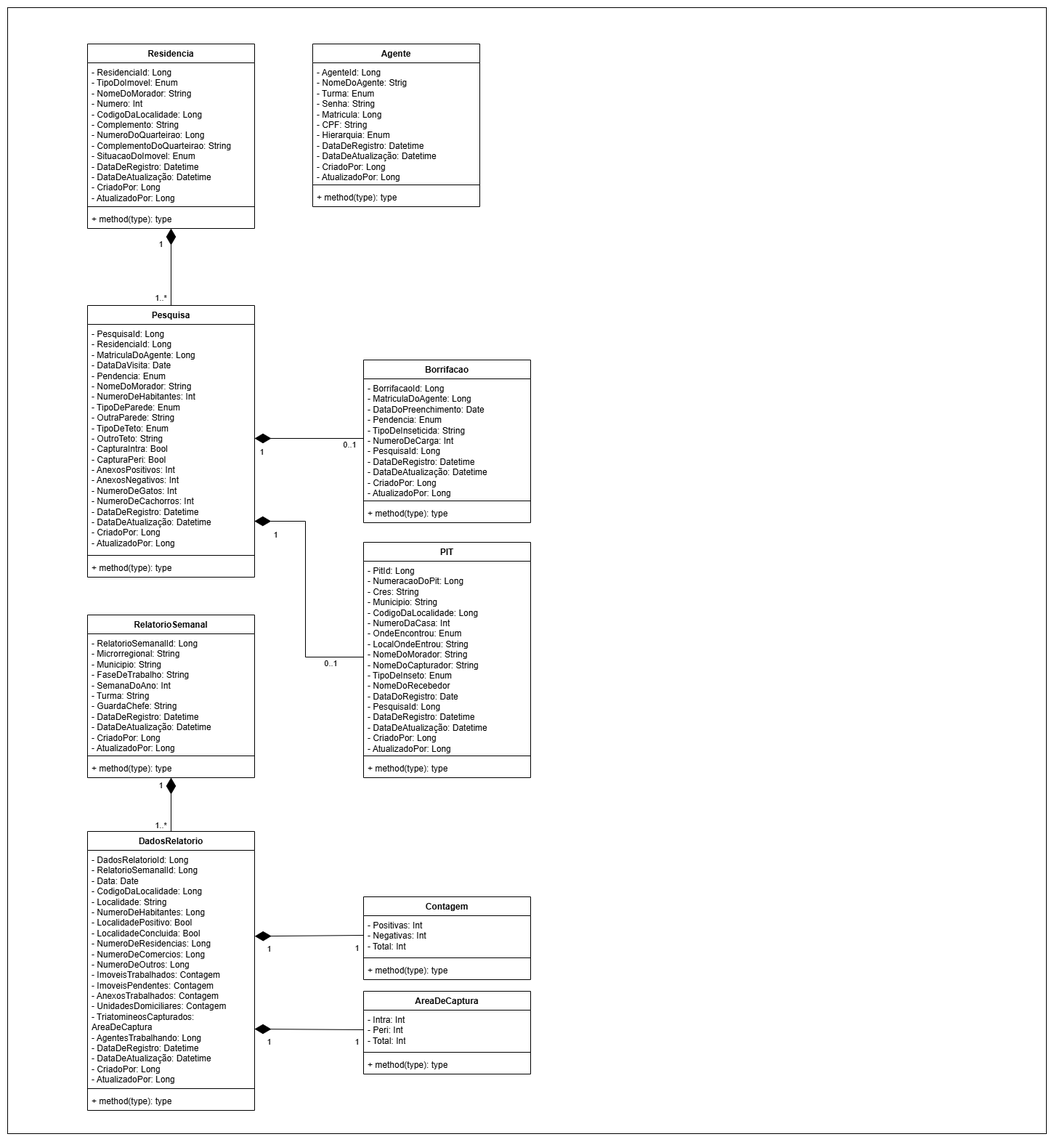
Earlier version of the draw.io export Diagrama de classes.png (Fconeto/P.I-3). Source tidied: cells renumbered, new cells last; positions are measured from the earlier drawing's top-left corner, leaving out a move shared by most shapes.
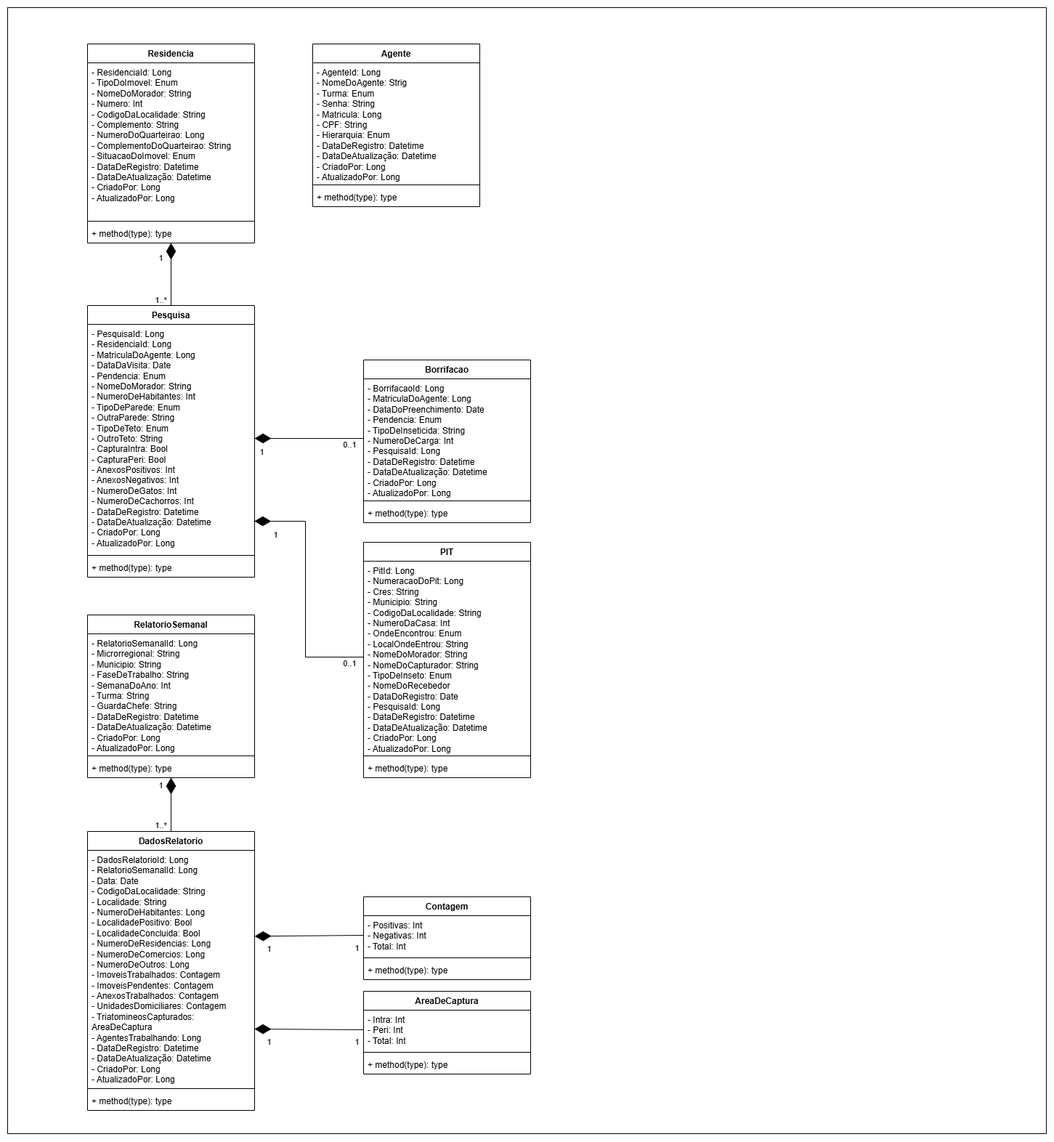
The same diagram one commit later.

What changed in the source:
```diff
@@ -6,16 +6,16 @@
       <mxGeometry width="1430" height="1550" as="geometry" />
     </mxCell>
     <mxCell id="3" value="Residencia" style="swimlane;fontStyle=1;align=center;verticalAlign=top;horizontal=1;startSize=26;whiteSpace=wrap;html=1;" parent="1" vertex="1">
-      <mxGeometry x="110" y="50" width="230" height="254" as="geometry" />
+      <mxGeometry x="110" y="50" width="230" height="274" as="geometry" />
     </mxCell>
-    <mxCell id="4" value="&lt;div&gt;- ResidenciaId: Long&lt;/div&gt;- TipoDoImovel: Enum&lt;div&gt;- NomeDoMorador: String&lt;/div&gt;&lt;div&gt;- Numero: Int&lt;/div&gt;&lt;div&gt;- CodigoDaLocalidade: Long&lt;/div&gt;&lt;div&gt;- Complemento: String&lt;/div&gt;&lt;div&gt;- NumeroDoQuarteirao: Long&lt;/div&gt;&lt;div&gt;- ComplementoDoQuarteirao: String&lt;/div&gt;&lt;div&gt;- SituacaoDoImovel: Enum&lt;/div&gt;&lt;div&gt;- DataDeRegistro: Datetime&lt;/div&gt;&lt;div&gt;- DataDeAtualização: Datetime&lt;/div&gt;&lt;div&gt;- CriadoPor: Long&lt;/div&gt;&lt;div&gt;- AtualizadoPor: Long&lt;/div&gt;&lt;div&gt;&lt;br&gt;&lt;/div&gt;" style="text;strokeColor=none;fillColor=none;align=left;verticalAlign=top;spacingLeft=4;spacingRight=4;overflow=hidden;whiteSpace=wrap;html=1;" parent="3" vertex="1">
-      <mxGeometry y="26" width="230" height="194" as="geometry" />
+    <mxCell id="4" value="&lt;div&gt;- ResidenciaId: Long&lt;/div&gt;- TipoDoImovel: Enum&lt;div&gt;- NomeDoMorador: String&lt;/div&gt;&lt;div&gt;- Numero: Int&lt;/div&gt;&lt;div&gt;- CodigoDaLocalidade: String&lt;/div&gt;&lt;div&gt;- Complemento: String&lt;/div&gt;&lt;div&gt;- NumeroDoQuarteirao: Long&lt;/div&gt;&lt;div&gt;- ComplementoDoQuarteirao: String&lt;/div&gt;&lt;div&gt;- SituacaoDoImovel: Enum&lt;/div&gt;&lt;div&gt;- DataDeRegistro: Datetime&lt;/div&gt;&lt;div&gt;- DataDeAtualização: Datetime&lt;/div&gt;&lt;div&gt;- CriadoPor: Long&lt;/div&gt;&lt;div&gt;- AtualizadoPor: Long&lt;/div&gt;&lt;div&gt;&lt;br&gt;&lt;/div&gt;" style="text;strokeColor=none;fillColor=none;align=left;verticalAlign=top;spacingLeft=4;spacingRight=4;overflow=hidden;whiteSpace=wrap;html=1;" parent="3" vertex="1">
+      <mxGeometry y="26" width="230" height="214" as="geometry" />
     </mxCell>
     <mxCell id="5" style="line;strokeWidth=1;fillColor=none;align=left;verticalAlign=middle;spacingTop=-1;spacingLeft=3;spacingRight=3;labelPosition=right;strokeColor=inherit;" parent="3" vertex="1">
-      <mxGeometry y="220" width="230" height="8" as="geometry" />
+      <mxGeometry y="240" width="230" height="8" as="geometry" />
     </mxCell>
     <mxCell id="6" value="+ method(type): type" style="text;strokeColor=none;fillColor=none;align=left;verticalAlign=top;spacingLeft=4;spacingRight=4;overflow=hidden;whiteSpace=wrap;html=1;" parent="3" vertex="1">
-      <mxGeometry y="228" width="230" height="26" as="geometry" />
+      <mxGeometry y="248" width="230" height="26" as="geometry" />
     </mxCell>
     <mxCell id="7" value="Agente" style="swimlane;fontStyle=1;align=center;verticalAlign=top;horizontal=1;startSize=26;whiteSpace=wrap;html=1;" parent="1" vertex="1">
       <mxGeometry x="420" y="50" width="230" height="224" as="geometry" />
@@ -68,7 +68,7 @@
     <mxCell id="23" value="DadosRelatorio" style="swimlane;fontStyle=1;align=center;verticalAlign=top;horizontal=1;startSize=26;whiteSpace=wrap;html=1;" parent="1" vertex="1">
       <mxGeometry x="110" y="1134" width="230" height="384" as="geometry" />
     </mxCell>
-    <mxCell id="24" value="&lt;div&gt;- DadosRelatorioId: Long&lt;/div&gt;&lt;div&gt;- RelatorioSemanalId: Long&lt;/div&gt;&lt;div&gt;- Data: Date&lt;/div&gt;&lt;div&gt;- CodigoDaLocalidade: Long&lt;/div&gt;&lt;div&gt;- Localidade: String&lt;/div&gt;&lt;div&gt;- NumeroDeHabitantes: Long&lt;/div&gt;&lt;div&gt;- LocalidadePositivo: Bool&lt;/div&gt;&lt;div&gt;- LocalidadeConcluida: Bool&lt;/div&gt;&lt;div&gt;- NumeroDeResidencias: Long&lt;/div&gt;&lt;div&gt;- NumeroDeComercios: Long&lt;/div&gt;&lt;div&gt;- NumeroDeOutros: Long&lt;/div&gt;&lt;div&gt;- ImoveisTrabalhados: Contagem&lt;/div&gt;&lt;div&gt;- ImoveisPendentes: Contagem&lt;/div&gt;&lt;div&gt;- AnexosTrabalhados: Contagem&lt;/div&gt;&lt;div&gt;- UnidadesDomiciliares: Contagem&lt;/div&gt;&lt;div&gt;- TriatomineosCapturados: AreaDeCaptura&lt;/div&gt;&lt;div&gt;- AgentesTrabalhando: Long&lt;/div&gt;&lt;div&gt;&lt;div&gt;- DataDeRegistro: Datetime&lt;/div&gt;&lt;div&gt;- DataDeAtualização: Datetime&lt;/div&gt;&lt;div&gt;- CriadoPor: Long&lt;/div&gt;&lt;div&gt;- AtualizadoPor: Long&lt;/div&gt;&lt;/div&gt;" style="text;strokeColor=none;fillColor=none;align=left;verticalAlign=top;spacingLeft=4;spacingRight=4;overflow=hidden;points=[[0,0.5],[1,0.5]];portConstraint=eastwest;whiteSpace=wrap;html=1;" parent="23" vertex="1">
+    <mxCell id="24" value="&lt;div&gt;- DadosRelatorioId: Long&lt;/div&gt;&lt;div&gt;- RelatorioSemanalId: Long&lt;/div&gt;&lt;div&gt;- Data: Date&lt;/div&gt;&lt;div&gt;- CodigoDaLocalidade: String&lt;/div&gt;&lt;div&gt;- Localidade: String&lt;/div&gt;&lt;div&gt;- NumeroDeHabitantes: Long&lt;/div&gt;&lt;div&gt;- LocalidadePositivo: Bool&lt;/div&gt;&lt;div&gt;- LocalidadeConcluida: Bool&lt;/div&gt;&lt;div&gt;- NumeroDeResidencias: Long&lt;/div&gt;&lt;div&gt;- NumeroDeComercios: Long&lt;/div&gt;&lt;div&gt;- NumeroDeOutros: Long&lt;/div&gt;&lt;div&gt;- ImoveisTrabalhados: Contagem&lt;/div&gt;&lt;div&gt;- ImoveisPendentes: Contagem&lt;/div&gt;&lt;div&gt;- AnexosTrabalhados: Contagem&lt;/div&gt;&lt;div&gt;- UnidadesDomiciliares: Contagem&lt;/div&gt;&lt;div&gt;- TriatomineosCapturados: AreaDeCaptura&lt;/div&gt;&lt;div&gt;- AgentesTrabalhando: Long&lt;/div&gt;&lt;div&gt;&lt;div&gt;- DataDeRegistro: Datetime&lt;/div&gt;&lt;div&gt;- DataDeAtualização: Datetime&lt;/div&gt;&lt;div&gt;- CriadoPor: Long&lt;/div&gt;&lt;div&gt;- AtualizadoPor: Long&lt;/div&gt;&lt;/div&gt;" style="text;strokeColor=none;fillColor=none;align=left;verticalAlign=top;spacingLeft=4;spacingRight=4;overflow=hidden;points=[[0,0.5],[1,0.5]];portConstraint=eastwest;whiteSpace=wrap;html=1;" parent="23" vertex="1">
       <mxGeometry y="26" width="230" height="324" as="geometry" />
     </mxCell>
     <mxCell id="25" style="line;strokeWidth=1;fillColor=none;align=left;verticalAlign=middle;spacingTop=-1;spacingLeft=3;spacingRight=3;labelPosition=right;strokeColor=inherit;" parent="23" vertex="1">
@@ -80,7 +80,7 @@
     <mxCell id="27" value="PIT" style="swimlane;fontStyle=1;align=center;verticalAlign=top;horizontal=1;startSize=26;whiteSpace=wrap;html=1;" parent="1" vertex="1">
       <mxGeometry x="490" y="736" width="230" height="324" as="geometry" />
     </mxCell>
-    <mxCell id="28" value="&lt;div&gt;- PitId: Long&lt;/div&gt;&lt;div&gt;- NumeracaoDoPit: Long&lt;/div&gt;&lt;div&gt;- Cres: String&lt;/div&gt;&lt;div&gt;- Municipio: String&lt;/div&gt;&lt;div&gt;-&amp;nbsp;&lt;span style=&quot;background-color: transparent; color: light-dark(rgb(0, 0, 0), rgb(255, 255, 255));&quot;&gt;CodigoDaLocalidade: Long&lt;/span&gt;&lt;/div&gt;&lt;div&gt;- NumeroDaCasa: Int&lt;/div&gt;&lt;div&gt;- OndeEncontrou: Enum&lt;/div&gt;&lt;div&gt;- LocalOndeEntrou: String&lt;/div&gt;&lt;div&gt;- NomeDoMorador: String&lt;/div&gt;&lt;div&gt;- NomeDoCapturador: String&lt;/div&gt;&lt;div&gt;- TipoDeInseto: Enum&lt;/div&gt;&lt;div&gt;- NomeDoRecebedor&lt;/div&gt;&lt;div&gt;- DataDoRegistro: Date&lt;/div&gt;&lt;div&gt;- PesquisaId: Long&lt;/div&gt;&lt;div&gt;&lt;div&gt;- DataDeRegistro: Datetime&lt;/div&gt;&lt;div&gt;- DataDeAtualização: Datetime&lt;/div&gt;&lt;div&gt;- CriadoPor: Long&lt;/div&gt;&lt;div&gt;- AtualizadoPor: Long&lt;/div&gt;&lt;/div&gt;" style="text;strokeColor=none;fillColor=none;align=left;verticalAlign=top;spacingLeft=4;spacingRight=4;overflow=hidden;points=[[0,0.5],[1,0.5]];portConstraint=eastwest;whiteSpace=wrap;html=1;" parent="27" vertex="1">
+    <mxCell id="28" value="&lt;div&gt;- PitId: Long&lt;/div&gt;&lt;div&gt;- NumeracaoDoPit: Long&lt;/div&gt;&lt;div&gt;- Cres: String&lt;/div&gt;&lt;div&gt;- Municipio: String&lt;/div&gt;&lt;div&gt;-&amp;nbsp;&lt;span style=&quot;background-color: transparent; color: light-dark(rgb(0, 0, 0), rgb(255, 255, 255));&quot;&gt;CodigoDaLocalidade: String&lt;/span&gt;&lt;/div&gt;&lt;div&gt;- NumeroDaCasa: Int&lt;/div&gt;&lt;div&gt;- OndeEncontrou: Enum&lt;/div&gt;&lt;div&gt;- LocalOndeEntrou: String&lt;/div&gt;&lt;div&gt;- NomeDoMorador: String&lt;/div&gt;&lt;div&gt;- NomeDoCapturador: String&lt;/div&gt;&lt;div&gt;- TipoDeInseto: Enum&lt;/div&gt;&lt;div&gt;- NomeDoRecebedor&lt;/div&gt;&lt;div&gt;- DataDoRegistro: Date&lt;/div&gt;&lt;div&gt;- PesquisaId: Long&lt;/div&gt;&lt;div&gt;&lt;div&gt;- DataDeRegistro: Datetime&lt;/div&gt;&lt;div&gt;- DataDeAtualização: Datetime&lt;/div&gt;&lt;div&gt;- CriadoPor: Long&lt;/div&gt;&lt;div&gt;- AtualizadoPor: Long&lt;/div&gt;&lt;/div&gt;" style="text;strokeColor=none;fillColor=none;align=left;verticalAlign=top;spacingLeft=4;spacingRight=4;overflow=hidden;points=[[0,0.5],[1,0.5]];portConstraint=eastwest;whiteSpace=wrap;html=1;" parent="27" vertex="1">
       <mxGeometry y="26" width="230" height="264" as="geometry" />
     </mxCell>
     <mxCell id="29" style="line;strokeWidth=1;fillColor=none;align=left;verticalAlign=middle;spacingTop=-1;spacingLeft=3;spacingRight=3;labelPosition=right;strokeColor=inherit;" parent="27" vertex="1">
@@ -154,7 +154,7 @@
     </mxCell>
     <mxCell id="47" value="0..1" style="edgeLabel;html=1;align=center;verticalAlign=middle;" parent="45" vertex="1">
       <mxGeometry x="-0.73" y="-1" relative="1" as="geometry">
-        <mxPoint y="9" as="offset" />
+        <mxPoint x="26" y="9" as="offset" />
       </mxGeometry>
     </mxCell>
     <mxCell id="48" style="endArrow=diamondThin;html=1;rounded=0;endSize=20;endFill=1;" parent="1" edge="1" source="23" target="22">
```
